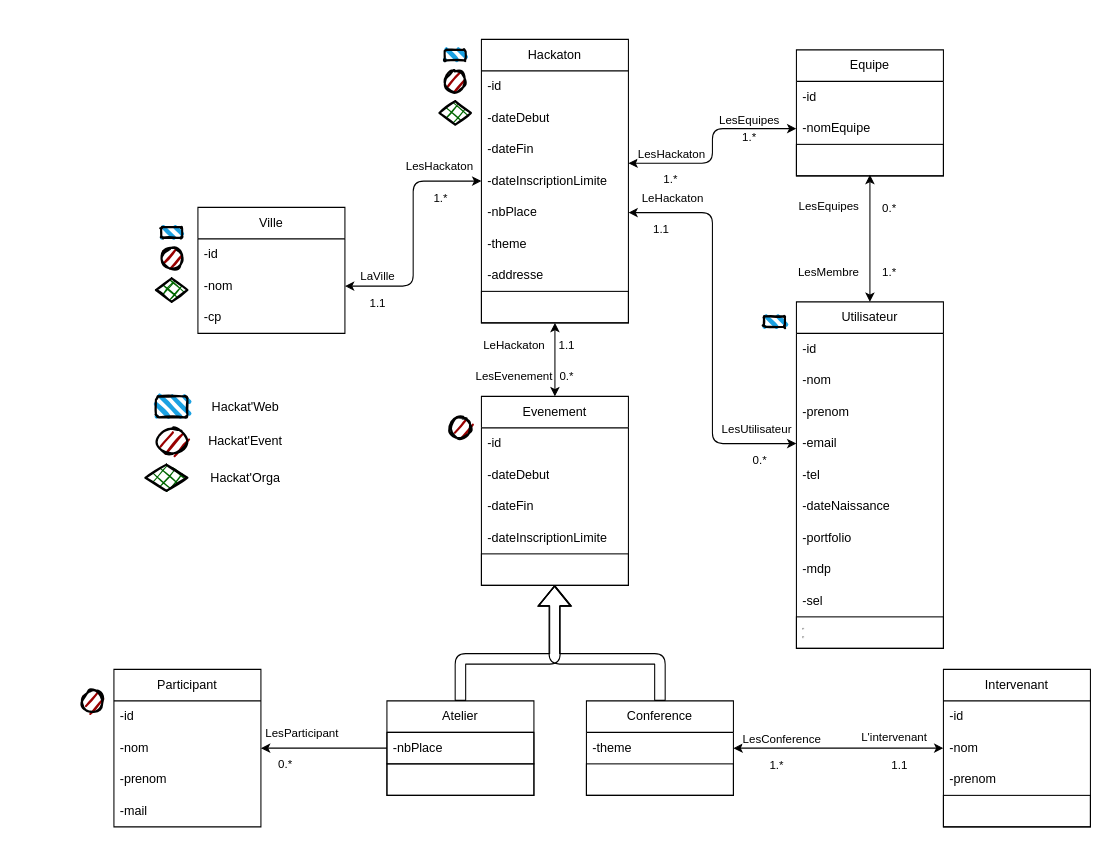
Above: diagrameClasse.drawio in AnArcticPigeon/HackaWeb-SIO2 (draw.io), before the change. Source tidied: cells renumbered, new cells numbered last; positions are measured from the earlier drawing's top-left corner, leaving out a move shared by most shapes. Both pictures are drawn from the tidied source at 105%, with x=0, y=0 at pixel (82, 39).
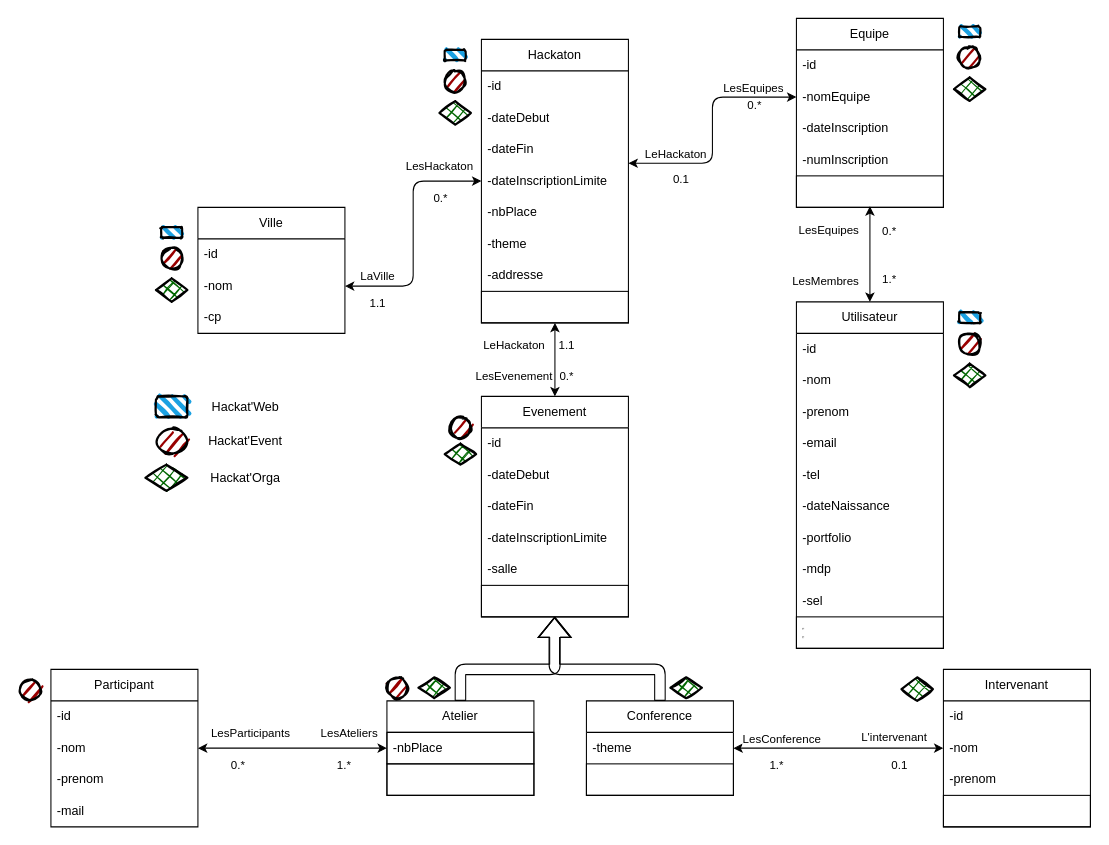
The same page after the edit.

Commit message:
Mise a jour du diagrame des Classe

Unchanged cells that the change refers to:
```xml
<mxCell id="6" value="-email" style="text;strokeColor=none;fillColor=none;align=left;verticalAlign=middle;spacingLeft=4;spacingRight=4;overflow=hidden;points=[[0,0.5],[1,0.5]];portConstraint=eastwest;whiteSpace=wrap;html=1;" parent="2" vertex="1">
  <mxGeometry y="120" width="140" height="30" as="geometry" />
</mxCell>
<mxCell id="15" value="-nomEquipe" style="text;strokeColor=none;fillColor=none;align=left;verticalAlign=middle;spacingLeft=4;spacingRight=4;overflow=hidden;points=[[0,0.5],[1,0.5]];portConstraint=eastwest;whiteSpace=wrap;html=1;" parent="13" vertex="1">
  <mxGeometry y="60" width="140" height="30" as="geometry" />
</mxCell>
<mxCell id="21" value="-dateInscriptionLimite" style="text;strokeColor=none;fillColor=none;align=left;verticalAlign=middle;spacingLeft=4;spacingRight=4;overflow=hidden;points=[[0,0.5],[1,0.5]];portConstraint=eastwest;whiteSpace=wrap;html=1;" parent="17" vertex="1">
  <mxGeometry y="120" width="140" height="30" as="geometry" />
</mxCell>
<mxCell id="22" value="-nbPlace" style="text;strokeColor=none;fillColor=none;align=left;verticalAlign=middle;spacingLeft=4;spacingRight=4;overflow=hidden;points=[[0,0.5],[1,0.5]];portConstraint=eastwest;whiteSpace=wrap;html=1;" parent="17" vertex="1">
  <mxGeometry y="150" width="140" height="30" as="geometry" />
</mxCell>
<mxCell id="36" value="Atelier" style="swimlane;fontStyle=0;horizontal=1;startSize=30;whiteSpace=wrap;html=1;" parent="1" vertex="1">
  <mxGeometry x="290" y="630" width="140" height="90" as="geometry" />
</mxCell>
<mxCell id="37" value="-nbPlace" style="text;strokeColor=default;fillColor=none;align=left;verticalAlign=middle;spacingLeft=4;spacingRight=4;overflow=hidden;points=[[0,0.5],[1,0.5]];portConstraint=eastwest;whiteSpace=wrap;html=1;" parent="36" vertex="1">
  <mxGeometry y="30" width="140" height="30" as="geometry" />
</mxCell>
<mxCell id="39" value="Conference" style="swimlane;fontStyle=0;horizontal=1;startSize=30;whiteSpace=wrap;html=1;strokeColor=default;" parent="1" vertex="1">
  <mxGeometry x="480" y="630" width="140" height="90" as="geometry" />
</mxCell>
<mxCell id="52" style="endArrow=classic;startArrow=classic;html=1;strokeWidth=1;entryX=0.5;entryY=0.967;entryDx=0;entryDy=0;entryPerimeter=0;" parent="1" edge="1" source="2" target="16">
  <mxGeometry relative="1" as="geometry" />
</mxCell>
<mxCell id="57" style="endArrow=classic;startArrow=classic;html=1;entryX=0;entryY=0.5;entryDx=0;entryDy=0;exitX=1;exitY=0.5;exitDx=0;exitDy=0;" parent="1" edge="1" source="39" target="44">
  <mxGeometry relative="1" as="geometry" />
</mxCell>
<mxCell id="67" style="endArrow=classic;startArrow=classic;html=1;entryX=0;entryY=0.5;entryDx=0;entryDy=0;exitX=1;exitY=0.5;exitDx=0;exitDy=0;edgeStyle=orthogonalEdgeStyle;" parent="1" edge="1" source="34" target="21">
  <mxGeometry relative="1" as="geometry">
    <Array as="points">
      <mxPoint x="315" y="235" />
      <mxPoint x="315" y="135" />
    </Array>
  </mxGeometry>
</mxCell>
<mxCell id="74" value="-nom" style="text;strokeColor=none;fillColor=none;align=left;verticalAlign=middle;spacingLeft=4;spacingRight=4;overflow=hidden;points=[[0,0.5],[1,0.5]];portConstraint=eastwest;whiteSpace=wrap;html=1;" parent="72" vertex="1">
  <mxGeometry y="60" width="140" height="30" as="geometry" />
</mxCell>
```

Diff of the diagram source:
```diff
@@
     <mxCell id="13" value="Equipe" style="swimlane;fontStyle=0;horizontal=1;startSize=30;whiteSpace=wrap;html=1;" parent="1" vertex="1">
-      <mxGeometry x="680" y="10" width="140" height="120" as="geometry" />
+      <mxGeometry x="680" y="-20" width="140" height="180" as="geometry" />
     </mxCell>
@@
+    <mxCell id="102" value="-dateInscription" style="text;strokeColor=none;fillColor=none;align=left;verticalAlign=middle;spacingLeft=4;spacingRight=4;overflow=hidden;whiteSpace=wrap;html=1;" parent="13" vertex="1">
+      <mxGeometry y="90" width="140" height="30" as="geometry" />
+    </mxCell>
+    <mxCell id="103" value="-numInscription" style="text;strokeColor=none;fillColor=none;align=left;verticalAlign=middle;spacingLeft=4;spacingRight=4;overflow=hidden;whiteSpace=wrap;html=1;" parent="13" vertex="1">
+      <mxGeometry y="120" width="140" height="30" as="geometry" />
+    </mxCell>
     <mxCell id="16" style="text;strokeColor=default;fillColor=none;align=left;verticalAlign=middle;spacingLeft=4;spacingRight=4;overflow=hidden;points=[[0,0.5],[1,0.5]];portConstraint=eastwest;whiteSpace=wrap;html=1;" parent="13" vertex="1">
-      <mxGeometry y="90" width="140" height="30" as="geometry" />
+      <mxGeometry y="150" width="140" height="30" as="geometry" />
     </mxCell>
@@
     <mxCell id="26" value="Evenement" style="swimlane;fontStyle=0;horizontal=1;startSize=30;whiteSpace=wrap;html=1;" parent="1" vertex="1">
-      <mxGeometry x="380" y="340" width="140" height="180" as="geometry" />
+      <mxGeometry x="380" y="340" width="140" height="210" as="geometry" />
     </mxCell>
@@
+    <mxCell id="104" value="-salle" style="text;strokeColor=none;fillColor=none;align=left;verticalAlign=middle;spacingLeft=4;spacingRight=4;overflow=hidden;whiteSpace=wrap;html=1;" parent="26" vertex="1">
+      <mxGeometry y="150" width="140" height="30" as="geometry" />
+    </mxCell>
     <mxCell id="31" style="text;strokeColor=default;fillColor=none;align=left;verticalAlign=middle;spacingLeft=4;spacingRight=4;overflow=hidden;points=[[0,0.5],[1,0.5]];portConstraint=eastwest;whiteSpace=wrap;html=1;" parent="26" vertex="1">
-      <mxGeometry y="150" width="140" height="30" as="geometry" />
+      <mxGeometry y="180" width="140" height="30" as="geometry" />
     </mxCell>
@@
     <mxCell id="47" style="endArrow=classic;startArrow=classic;html=1;strokeWidth=1;exitX=1;exitY=-0.067;exitDx=0;exitDy=0;exitPerimeter=0;entryX=0;entryY=0.5;entryDx=0;entryDy=0;edgeStyle=orthogonalEdgeStyle;" parent="1" edge="1" source="21" target="15">
       <mxGeometry relative="1" as="geometry">
         <Array as="points">
           <mxPoint x="600" y="118" />
-          <mxPoint x="600" y="85" />
+          <mxPoint x="600" y="55" />
         </Array>
       </mxGeometry>
     </mxCell>
     <mxCell id="48" value="LesEquipes" style="edgeLabel;html=1;align=center;verticalAlign=bottom;labelPosition=center;verticalLabelPosition=top;" parent="47" vertex="1">
       <mxGeometry x="0.41" y="-3" relative="1" as="geometry">
-        <mxPoint x="12" y="-3" as="offset" />
+        <mxPoint x="25" y="-3" as="offset" />
       </mxGeometry>
     </mxCell>
-    <mxCell id="49" value="1.*" style="edgeLabel;html=1;align=center;verticalAlign=top;labelPosition=center;verticalLabelPosition=bottom;" parent="47" vertex="1">
+    <mxCell id="49" value="0.*" style="edgeLabel;html=1;align=center;verticalAlign=top;labelPosition=center;verticalLabelPosition=bottom;" parent="47" vertex="1">
       <mxGeometry x="0.65" y="-1" relative="1" as="geometry">
-        <mxPoint x="-11" y="-6" as="offset" />
+        <mxPoint x="-1" y="-6" as="offset" />
       </mxGeometry>
     </mxCell>
-    <mxCell id="50" value="LesHackaton" style="edgeLabel;html=1;align=center;verticalAlign=bottom;labelPosition=center;verticalLabelPosition=top;" parent="47" vertex="1">
+    <mxCell id="50" value="LeHackaton" style="edgeLabel;html=1;align=center;verticalAlign=bottom;labelPosition=center;verticalLabelPosition=top;" parent="47" vertex="1">
       <mxGeometry x="-0.74" y="1" relative="1" as="geometry">
         <mxPoint x="15" as="offset" />
       </mxGeometry>
     </mxCell>
-    <mxCell id="51" value="1.*" style="edgeLabel;html=1;align=center;verticalAlign=top;labelPosition=center;verticalLabelPosition=bottom;" parent="47" vertex="1">
+    <mxCell id="51" value="0.1" style="edgeLabel;html=1;align=center;verticalAlign=top;labelPosition=center;verticalLabelPosition=bottom;" parent="47" vertex="1">
       <mxGeometry x="-0.69" relative="1" as="geometry">
-        <mxPoint x="10" y="2" as="offset" />
+        <mxPoint x="15" y="2" as="offset" />
       </mxGeometry>
     </mxCell>
@@
-    <mxCell id="54" value="LesMembre" style="edgeLabel;html=1;align=right;verticalAlign=middle;labelPosition=left;verticalLabelPosition=middle;" parent="52" vertex="1">
+    <mxCell id="54" value="LesMembres" style="edgeLabel;html=1;align=right;verticalAlign=middle;labelPosition=left;verticalLabelPosition=middle;" parent="52" vertex="1">
       <mxGeometry x="-0.43" y="1" relative="1" as="geometry">
         <mxPoint x="-9" y="5" as="offset" />
       </mxGeometry>
     </mxCell>
@@
-    <mxCell id="60" value="1.1" style="edgeLabel;html=1;align=center;verticalAlign=middle;" parent="57" vertex="1">
+    <mxCell id="60" value="0.1" style="edgeLabel;html=1;align=center;verticalAlign=middle;" parent="57" vertex="1">
       <mxGeometry x="0.57" y="-1" relative="1" as="geometry">
         <mxPoint y="14" as="offset" />
       </mxGeometry>
     </mxCell>
@@
-    <mxCell id="71" value="1.*" style="edgeLabel;html=1;align=center;verticalAlign=middle;" parent="67" vertex="1">
+    <mxCell id="71" value="0.*" style="edgeLabel;html=1;align=center;verticalAlign=middle;" parent="67" vertex="1">
       <mxGeometry x="0.59" y="2" relative="1" as="geometry">
         <mxPoint x="7" y="17" as="offset" />
       </mxGeometry>
     </mxCell>
     <mxCell id="72" value="Participant" style="swimlane;fontStyle=0;horizontal=1;startSize=30;whiteSpace=wrap;html=1;" parent="1" vertex="1">
-      <mxGeometry x="30" y="600" width="140" height="150" as="geometry" />
+      <mxGeometry x="-30" y="600" width="140" height="150" as="geometry" />
     </mxCell>
@@
-    <mxCell id="77" style="endArrow=classic;html=1;entryX=1;entryY=0.5;entryDx=0;entryDy=0;exitX=0;exitY=0.5;exitDx=0;exitDy=0;" parent="1" edge="1" source="37" target="74">
-      <mxGeometry relative="1" as="geometry" />
-    </mxCell>
-    <mxCell id="78" value="LesParticipant" style="edgeLabel;html=1;align=center;verticalAlign=middle;" parent="77" vertex="1">
-      <mxGeometry x="0.52" y="1" relative="1" as="geometry">
-        <mxPoint x="9" y="-16" as="offset" />
-      </mxGeometry>
-    </mxCell>
-    <mxCell id="79" value="0.*" style="edgeLabel;html=1;align=center;verticalAlign=middle;" parent="77" vertex="1">
-      <mxGeometry x="0.27" y="1" relative="1" as="geometry">
-        <mxPoint x="-22" y="13" as="offset" />
-      </mxGeometry>
-    </mxCell>
     <mxCell id="80" style="shape=flexArrow;endArrow=classic;html=1;entryX=0.5;entryY=1;entryDx=0;entryDy=0;edgeStyle=orthogonalEdgeStyle;exitX=0.5;exitY=0;exitDx=0;exitDy=0;entryPerimeter=0;" parent="1" edge="1" source="36" target="31">
       <mxGeometry relative="1" as="geometry">
         <Array as="points">
-          <mxPoint x="360" y="590" />
-          <mxPoint x="450" y="590" />
+          <mxPoint x="360" y="600" />
+          <mxPoint x="450" y="600" />
         </Array>
       </mxGeometry>
     </mxCell>
     <mxCell id="81" style="shape=flexArrow;endArrow=classic;html=1;entryX=0.496;entryY=1.007;entryDx=0;entryDy=0;edgeStyle=orthogonalEdgeStyle;exitX=0.5;exitY=0;exitDx=0;exitDy=0;entryPerimeter=0;" parent="1" edge="1" source="39" target="31">
       <mxGeometry relative="1" as="geometry">
         <Array as="points">
-          <mxPoint x="550" y="590" />
-          <mxPoint x="449" y="590" />
+          <mxPoint x="550" y="600" />
+          <mxPoint x="449" y="600" />
         </Array>
       </mxGeometry>
     </mxCell>
-    <mxCell id="82" style="endArrow=classic;startArrow=classic;html=1;entryX=0;entryY=0.5;entryDx=0;entryDy=0;exitX=1;exitY=0.5;exitDx=0;exitDy=0;edgeStyle=orthogonalEdgeStyle;" parent="1" edge="1" source="22" target="6">
-      <mxGeometry relative="1" as="geometry" />
-    </mxCell>
-    <mxCell id="83" value="LesUtilisateur" style="edgeLabel;html=1;align=center;verticalAlign=middle;" parent="82" vertex="1">
-      <mxGeometry x="0.87" y="-2" relative="1" as="geometry">
-        <mxPoint x="-14" y="-17" as="offset" />
-      </mxGeometry>
-    </mxCell>
-    <mxCell id="84" value="0.*" style="edgeLabel;html=1;align=center;verticalAlign=middle;" parent="82" vertex="1">
-      <mxGeometry x="0.72" y="-1" relative="1" as="geometry">
-        <mxPoint x="17" y="14" as="offset" />
-      </mxGeometry>
-    </mxCell>
-    <mxCell id="85" value="LeHackaton" style="edgeLabel;html=1;align=center;verticalAlign=middle;" parent="82" vertex="1">
-      <mxGeometry x="-0.86" y="1" relative="1" as="geometry">
-        <mxPoint x="14" y="-14" as="offset" />
-      </mxGeometry>
-    </mxCell>
-    <mxCell id="86" value="1.1" style="edgeLabel;html=1;align=center;verticalAlign=middle;" parent="82" vertex="1">
-      <mxGeometry x="-0.87" y="1" relative="1" as="geometry">
-        <mxPoint x="5" y="16" as="offset" />
-      </mxGeometry>
-    </mxCell>
@@
-    <mxCell id="96" style="rounded=1;whiteSpace=wrap;html=1;strokeWidth=2;fillWeight=4;hachureGap=8;hachureAngle=45;fillColor=#1ba1e2;sketch=1;" parent="1" vertex="1">
-      <mxGeometry x="649" y="263.8" width="20" height="10" as="geometry" />
-    </mxCell>
-    <mxCell id="97" style="ellipse;whiteSpace=wrap;html=1;strokeWidth=2;fillWeight=2;hachureGap=8;fillColor=#990000;fillStyle=dots;sketch=1;" parent="1" vertex="1">
-      <mxGeometry y="620" width="20" height="20" as="geometry" />
-    </mxCell>
@@
+    <mxCell id="105" style="rhombus;whiteSpace=wrap;html=1;strokeWidth=2;fillWeight=-1;hachureGap=8;fillStyle=cross-hatch;fillColor=#006600;sketch=1;" parent="1" vertex="1">
+      <mxGeometry x="560" y="607.5" width="30" height="20" as="geometry" />
+    </mxCell>
+    <mxCell id="106" style="rhombus;whiteSpace=wrap;html=1;strokeWidth=2;fillWeight=-1;hachureGap=8;fillStyle=cross-hatch;fillColor=#006600;sketch=1;" parent="1" vertex="1">
+      <mxGeometry x="780" y="607.5" width="30" height="22.5" as="geometry" />
+    </mxCell>
+    <mxCell id="107" style="rhombus;whiteSpace=wrap;html=1;strokeWidth=2;fillWeight=-1;hachureGap=8;fillStyle=cross-hatch;fillColor=#006600;sketch=1;" parent="1" vertex="1">
+      <mxGeometry x="320" y="607.5" width="30" height="20" as="geometry" />
+    </mxCell>
+    <mxCell id="108" style="rhombus;whiteSpace=wrap;html=1;strokeWidth=2;fillWeight=-1;hachureGap=8;fillStyle=cross-hatch;fillColor=#006600;sketch=1;" parent="1" vertex="1">
+      <mxGeometry x="345" y="385" width="30" height="20" as="geometry" />
+    </mxCell>
+    <mxCell id="109" style="ellipse;whiteSpace=wrap;html=1;strokeWidth=2;fillWeight=2;hachureGap=8;fillColor=#990000;fillStyle=dots;sketch=1;" parent="1" vertex="1">
+      <mxGeometry x="290" y="607.5" width="20" height="20" as="geometry" />
+    </mxCell>
+    <mxCell id="110" style="rounded=1;whiteSpace=wrap;html=1;strokeWidth=2;fillWeight=4;hachureGap=8;hachureAngle=45;fillColor=#1ba1e2;sketch=1;" parent="1" vertex="1">
+      <mxGeometry x="835" y="-12.5" width="20" height="10" as="geometry" />
+    </mxCell>
+    <mxCell id="111" style="ellipse;whiteSpace=wrap;html=1;strokeWidth=2;fillWeight=2;hachureGap=8;fillColor=#990000;fillStyle=dots;sketch=1;" parent="1" vertex="1">
+      <mxGeometry x="835" y="7.5" width="20" height="20" as="geometry" />
+    </mxCell>
+    <mxCell id="112" style="rhombus;whiteSpace=wrap;html=1;strokeWidth=2;fillWeight=-1;hachureGap=8;fillStyle=cross-hatch;fillColor=#006600;sketch=1;" parent="1" vertex="1">
+      <mxGeometry x="830" y="36.2" width="30" height="22.5" as="geometry" />
+    </mxCell>
+    <mxCell id="113" style="rounded=1;whiteSpace=wrap;html=1;strokeWidth=2;fillWeight=4;hachureGap=8;hachureAngle=45;fillColor=#1ba1e2;sketch=1;" parent="1" vertex="1">
+      <mxGeometry x="835" y="260" width="20" height="10" as="geometry" />
+    </mxCell>
+    <mxCell id="114" style="ellipse;whiteSpace=wrap;html=1;strokeWidth=2;fillWeight=2;hachureGap=8;fillColor=#990000;fillStyle=dots;sketch=1;" parent="1" vertex="1">
+      <mxGeometry x="835" y="280" width="20" height="20" as="geometry" />
+    </mxCell>
+    <mxCell id="115" style="rhombus;whiteSpace=wrap;html=1;strokeWidth=2;fillWeight=-1;hachureGap=8;fillStyle=cross-hatch;fillColor=#006600;sketch=1;" parent="1" vertex="1">
+      <mxGeometry x="830" y="308.8" width="30" height="22.5" as="geometry" />
+    </mxCell>
+    <mxCell id="116" style="endArrow=classic;startArrow=classic;html=1;exitX=1;exitY=0.5;exitDx=0;exitDy=0;entryX=0;entryY=0.5;entryDx=0;entryDy=0;" parent="1" edge="1" source="74" target="37">
+      <mxGeometry relative="1" as="geometry" />
+    </mxCell>
+    <mxCell id="117" value="LesParticipants" style="edgeLabel;html=1;align=center;verticalAlign=middle;" parent="116" vertex="1">
+      <mxGeometry x="-0.61" y="-1" relative="1" as="geometry">
+        <mxPoint x="14" y="-16" as="offset" />
+      </mxGeometry>
+    </mxCell>
+    <mxCell id="118" value="0.*" style="edgeLabel;html=1;align=center;verticalAlign=middle;" parent="116" vertex="1">
+      <mxGeometry x="-0.59" y="-3" relative="1" as="geometry">
+        <mxPoint y="12" as="offset" />
+      </mxGeometry>
+    </mxCell>
+    <mxCell id="119" value="LesAteliers" style="edgeLabel;html=1;align=center;verticalAlign=middle;" parent="116" vertex="1">
+      <mxGeometry x="0.48" relative="1" as="geometry">
+        <mxPoint x="10" y="-15" as="offset" />
+      </mxGeometry>
+    </mxCell>
+    <mxCell id="120" value="1.*" style="edgeLabel;html=1;align=center;verticalAlign=middle;" parent="116" vertex="1">
+      <mxGeometry x="0.53" y="-1" relative="1" as="geometry">
+        <mxPoint y="14" as="offset" />
+      </mxGeometry>
+    </mxCell>
+    <mxCell id="121" style="ellipse;whiteSpace=wrap;html=1;strokeWidth=2;fillWeight=2;hachureGap=8;fillColor=#990000;fillStyle=dots;sketch=1;" parent="1" vertex="1">
+      <mxGeometry x="-60" y="610" width="20" height="20" as="geometry" />
+    </mxCell>
```
